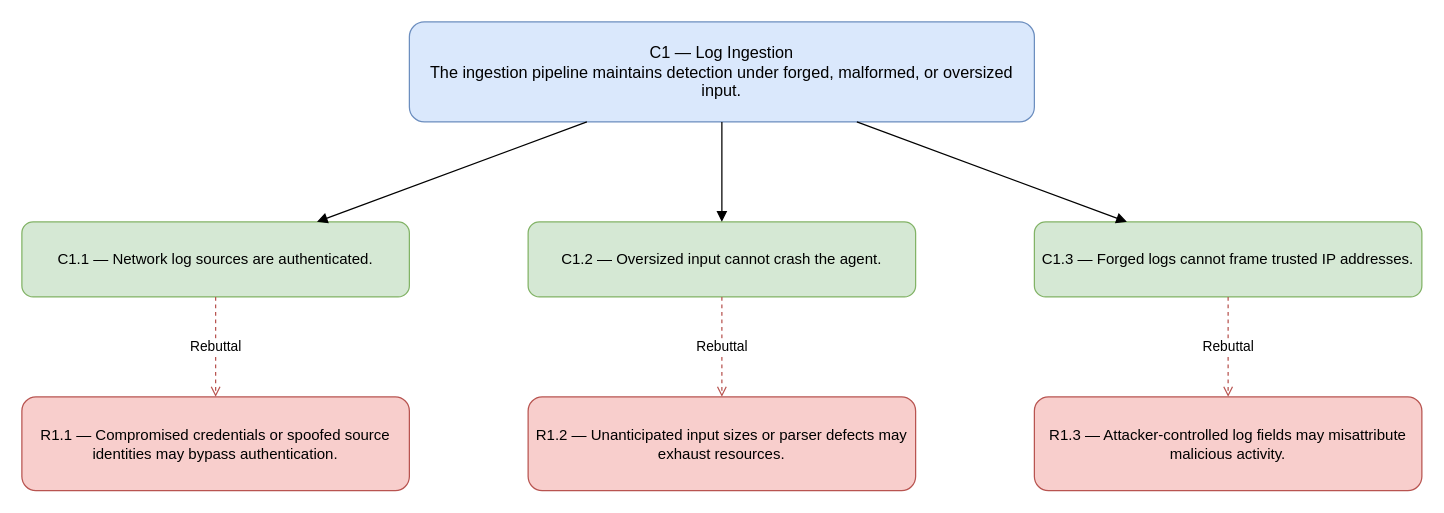
Above: page "C1 Log Ingestion" (1 of 5) of resources/static/assurane-claims/top-level-claims-subclaims-rebuttals-v1.drawio in HapticLazier2/CSCI-8420-Group-2 (draw.io), before the change. Source tidied: cells renumbered, new cells numbered last; positions are measured from the earlier drawing's top-left corner, leaving out a move shared by most shapes. Both pictures are drawn from the tidied source at 125%, with x=0, y=0 at pixel (21, 21).
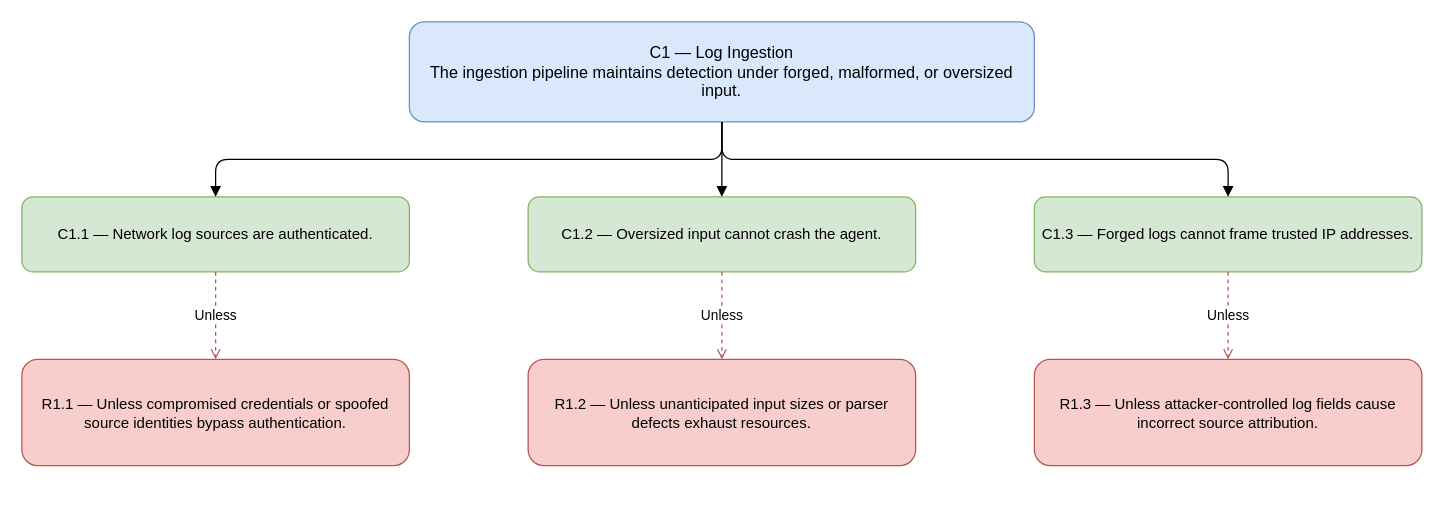
After the change.

Commit message (it also covers changes not shown here):
Modified the rebuttals to ensure the 'Unless' word exists

Diff of the diagram source:
```diff
@@
 <mxGraphModel>
   <root>
     <mxCell id="0" />
     <mxCell id="1" parent="0" />
     <mxCell id="2" value="C1 — Log Ingestion&#10;The ingestion pipeline maintains detection under forged, malformed, or oversized input." style="rounded=1;whiteSpace=wrap;html=1;fillColor=#dae8fc;strokeColor=#6c8ebf;fontSize=13;" parent="1" vertex="1">
       <mxGeometry x="310" width="500" height="80" as="geometry" />
     </mxCell>
     <mxCell id="3" value="C1.1 — Network log sources are authenticated." style="rounded=1;whiteSpace=wrap;html=1;fillColor=#d5e8d4;strokeColor=#82b366;" parent="1" vertex="1">
-      <mxGeometry y="160" width="310" height="60" as="geometry" />
+      <mxGeometry y="140" width="310" height="60" as="geometry" />
     </mxCell>
     <mxCell id="4" value="C1.2 — Oversized input cannot crash the agent." style="rounded=1;whiteSpace=wrap;html=1;fillColor=#d5e8d4;strokeColor=#82b366;" parent="1" vertex="1">
-      <mxGeometry x="405" y="160" width="310" height="60" as="geometry" />
+      <mxGeometry x="405" y="140" width="310" height="60" as="geometry" />
     </mxCell>
     <mxCell id="5" value="C1.3 — Forged logs cannot frame trusted IP addresses." style="rounded=1;whiteSpace=wrap;html=1;fillColor=#d5e8d4;strokeColor=#82b366;" parent="1" vertex="1">
-      <mxGeometry x="810" y="160" width="310" height="60" as="geometry" />
+      <mxGeometry x="810" y="140" width="310" height="60" as="geometry" />
     </mxCell>
-    <mxCell id="6" value="R1.1 — Compromised credentials or spoofed source identities may bypass authentication." style="rounded=1;whiteSpace=wrap;html=1;fillColor=#f8cecc;strokeColor=#b85450;" parent="1" vertex="1">
-      <mxGeometry y="300" width="310" height="75" as="geometry" />
+    <mxCell id="6" value="R1.1 — Unless compromised credentials or spoofed source identities bypass authentication." style="rounded=1;whiteSpace=wrap;html=1;fillColor=#f8cecc;strokeColor=#b85450;" parent="1" vertex="1">
+      <mxGeometry y="270" width="310" height="85" as="geometry" />
     </mxCell>
-    <mxCell id="7" value="R1.2 — Unanticipated input sizes or parser defects may exhaust resources." style="rounded=1;whiteSpace=wrap;html=1;fillColor=#f8cecc;strokeColor=#b85450;" parent="1" vertex="1">
-      <mxGeometry x="405" y="300" width="310" height="75" as="geometry" />
+    <mxCell id="7" value="R1.2 — Unless unanticipated input sizes or parser defects exhaust resources." style="rounded=1;whiteSpace=wrap;html=1;fillColor=#f8cecc;strokeColor=#b85450;" parent="1" vertex="1">
+      <mxGeometry x="405" y="270" width="310" height="85" as="geometry" />
     </mxCell>
-    <mxCell id="8" value="R1.3 — Attacker-controlled log fields may misattribute malicious activity." style="rounded=1;whiteSpace=wrap;html=1;fillColor=#f8cecc;strokeColor=#b85450;" parent="1" vertex="1">
-      <mxGeometry x="810" y="300" width="310" height="75" as="geometry" />
+    <mxCell id="8" value="R1.3 — Unless attacker-controlled log fields cause incorrect source attribution." style="rounded=1;whiteSpace=wrap;html=1;fillColor=#f8cecc;strokeColor=#b85450;" parent="1" vertex="1">
+      <mxGeometry x="810" y="270" width="310" height="85" as="geometry" />
     </mxCell>
-    <mxCell id="9" style="endArrow=block;html=1;" parent="1" edge="1" source="2" target="3">
+    <mxCell id="9" style="edgeStyle=orthogonalEdgeStyle;endArrow=block;html=1;" parent="1" edge="1" source="2" target="3">
       <mxGeometry relative="1" as="geometry" />
     </mxCell>
-    <mxCell id="10" style="endArrow=block;html=1;" parent="1" edge="1" source="2" target="4">
+    <mxCell id="10" style="edgeStyle=orthogonalEdgeStyle;endArrow=block;html=1;" parent="1" edge="1" source="2" target="4">
       <mxGeometry relative="1" as="geometry" />
     </mxCell>
-    <mxCell id="11" style="endArrow=block;html=1;" parent="1" edge="1" source="2" target="5">
+    <mxCell id="11" style="edgeStyle=orthogonalEdgeStyle;endArrow=block;html=1;" parent="1" edge="1" source="2" target="5">
       <mxGeometry relative="1" as="geometry" />
     </mxCell>
-    <mxCell id="12" value="Rebuttal" style="endArrow=open;dashed=1;strokeColor=#b85450;html=1;" parent="1" edge="1" source="3" target="6">
+    <mxCell id="12" value="Unless" style="edgeStyle=orthogonalEdgeStyle;dashed=1;endArrow=open;strokeColor=#b85450;html=1;" parent="1" edge="1" source="3" target="6">
       <mxGeometry relative="1" as="geometry" />
     </mxCell>
-    <mxCell id="13" value="Rebuttal" style="endArrow=open;dashed=1;strokeColor=#b85450;html=1;" parent="1" edge="1" source="4" target="7">
+    <mxCell id="13" value="Unless" style="edgeStyle=orthogonalEdgeStyle;dashed=1;endArrow=open;strokeColor=#b85450;html=1;" parent="1" edge="1" source="4" target="7">
       <mxGeometry relative="1" as="geometry" />
     </mxCell>
-    <mxCell id="14" value="Rebuttal" style="endArrow=open;dashed=1;strokeColor=#b85450;html=1;" parent="1" edge="1" source="5" target="8">
+    <mxCell id="14" value="Unless" style="edgeStyle=orthogonalEdgeStyle;dashed=1;endArrow=open;strokeColor=#b85450;html=1;" parent="1" edge="1" source="5" target="8">
       <mxGeometry relative="1" as="geometry" />
     </mxCell>
   </root>
 </mxGraphModel>
```
